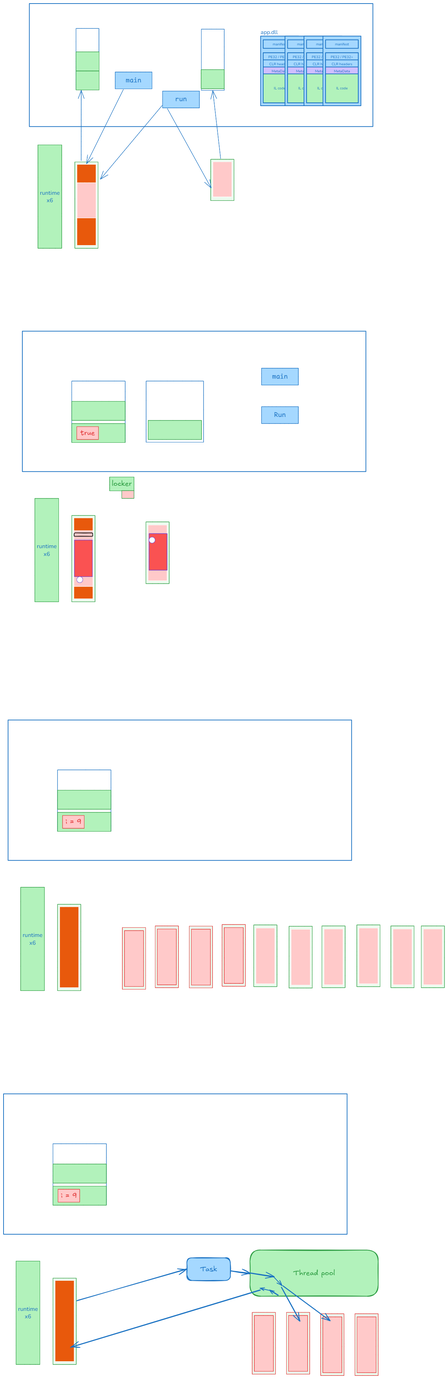
This is img/thread.excalidraw.png from silvercodes/p32_p34_sp, a Excalidraw export, as it was before one commit. Source tidied: one line per element, renumbered; positions are measured from the earlier drawing's top-left corner, leaving out a move shared by most shapes.
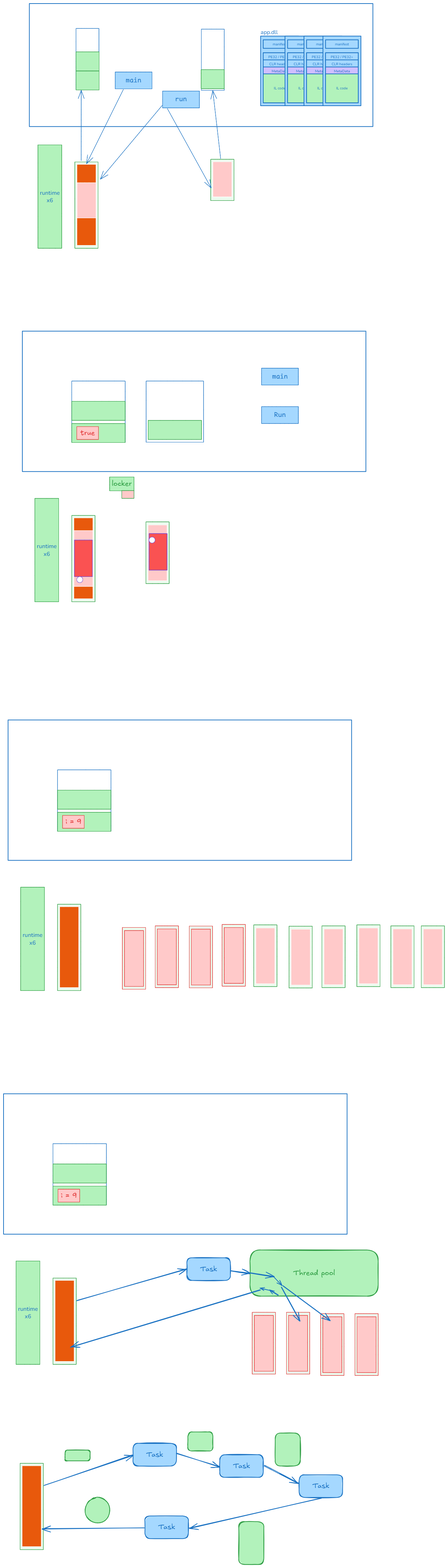
After the change.

Change to the diagram source:
```diff
@@ -156,3 +156,23 @@
 {"id": 155, "type": "arrow", "strokeColor": "#1971c2", "backgroundColor": "#a5d8ff", "fillStyle": "solid", "strokeWidth": 2, "roughness": 1, "endArrowhead": "arrow", "round": true, "from": 145, "x": 774, "y": 3641, "width": 23, "height": 14, "points": [[0, 0], [-23, -14]]}
 {"id": 156, "type": "arrow", "strokeColor": "#1971c2", "backgroundColor": "#a5d8ff", "fillStyle": "solid", "strokeWidth": 2, "roughness": 1, "endArrowhead": "arrow", "round": true, "from": 145, "x": 748, "y": 3627, "width": 24, "height": 5, "points": [[0, 0], [-24, -5]]}
 {"id": 157, "type": "arrow", "strokeColor": "#1971c2", "backgroundColor": "#a5d8ff", "fillStyle": "solid", "strokeWidth": 2, "roughness": 1, "endArrowhead": "arrow", "round": true, "from": 145, "to": 131, "x": 724, "y": 3626, "width": 535, "height": 162, "points": [[0, 0], [-535, 162]]}
+{"id": 158, "type": "rectangle", "strokeColor": "#2f9e44", "backgroundColor": "#ebfbee", "fillStyle": "solid", "strokeWidth": 1, "roughness": 0, "x": 47, "y": 4115, "width": 66, "height": 243}
+{"id": 159, "type": "rectangle", "strokeColor": "#ffffff", "backgroundColor": "#e8590c", "fillStyle": "solid", "strokeWidth": 1, "roughness": 0, "x": 52, "y": 4122, "width": 54, "height": 228}
+{"id": 160, "type": "rectangle", "strokeColor": "#1971c2", "backgroundColor": "#a5d8ff", "fillStyle": "solid", "strokeWidth": 2, "roughness": 1, "round": true, "x": 365, "y": 4059, "width": 123, "height": 64}
+{"id": 161, "type": "text", "text": "Task", "strokeColor": "#1971c2", "backgroundColor": "#a5d8ff", "fillStyle": "solid", "strokeWidth": 2, "roughness": 1, "fontSize": 20, "fontFamily": 5, "textAlign": "center", "verticalAlign": "middle", "inside": 160, "x": 402, "y": 4078, "width": 48, "height": 25}
+{"id": 162, "type": "arrow", "strokeColor": "#1971c2", "backgroundColor": "#a5d8ff", "fillStyle": "solid", "strokeWidth": 2, "roughness": 1, "endArrowhead": "arrow", "round": true, "from": 159, "to": 160, "x": 115, "y": 4177, "width": 249, "height": 86, "points": [[0, 0], [249, -86]]}
+{"id": 163, "type": "rectangle", "strokeColor": "#1971c2", "backgroundColor": "#a5d8ff", "fillStyle": "solid", "strokeWidth": 2, "roughness": 1, "round": true, "x": 610, "y": 4091, "width": 123, "height": 64}
+{"id": 164, "type": "text", "text": "Task", "strokeColor": "#1971c2", "backgroundColor": "#a5d8ff", "fillStyle": "solid", "strokeWidth": 2, "roughness": 1, "fontSize": 20, "fontFamily": 5, "textAlign": "center", "verticalAlign": "middle", "inside": 163, "x": 647, "y": 4110, "width": 48, "height": 25}
+{"id": 165, "type": "rectangle", "strokeColor": "#1971c2", "backgroundColor": "#a5d8ff", "fillStyle": "solid", "strokeWidth": 2, "roughness": 1, "round": true, "x": 833, "y": 4147, "width": 123, "height": 64}
+{"id": 166, "type": "text", "text": "Task", "strokeColor": "#1971c2", "backgroundColor": "#a5d8ff", "fillStyle": "solid", "strokeWidth": 2, "roughness": 1, "fontSize": 20, "fontFamily": 5, "textAlign": "center", "verticalAlign": "middle", "inside": 165, "x": 870, "y": 4167, "width": 48, "height": 25}
+{"id": 167, "type": "rectangle", "strokeColor": "#1971c2", "backgroundColor": "#a5d8ff", "fillStyle": "solid", "strokeWidth": 2, "roughness": 1, "round": true, "x": 398, "y": 4263, "width": 123, "height": 64}
+{"id": 168, "type": "text", "text": "Task", "strokeColor": "#1971c2", "backgroundColor": "#a5d8ff", "fillStyle": "solid", "strokeWidth": 2, "roughness": 1, "fontSize": 20, "fontFamily": 5, "textAlign": "center", "verticalAlign": "middle", "inside": 167, "x": 436, "y": 4283, "width": 48, "height": 25}
+{"id": 169, "type": "arrow", "strokeColor": "#1971c2", "strokeWidth": 2, "roughness": 1, "endArrowhead": "arrow", "round": true, "from": 160, "to": 163, "x": 488, "y": 4087, "width": 120, "height": 37, "points": [[0, 0], [120, 37]]}
+{"id": 170, "type": "arrow", "strokeColor": "#1971c2", "strokeWidth": 2, "roughness": 1, "endArrowhead": "arrow", "round": true, "from": 163, "to": 165, "x": 735, "y": 4121, "width": 98, "height": 50, "points": [[0, 0], [98, 50]]}
+{"id": 171, "type": "arrow", "strokeColor": "#1971c2", "strokeWidth": 2, "roughness": 1, "endArrowhead": "arrow", "round": true, "from": 165, "to": 167, "x": 895, "y": 4212, "width": 371, "height": 86, "points": [[0, 0], [-371, 86]]}
+{"id": 172, "type": "arrow", "strokeColor": "#1971c2", "strokeWidth": 2, "roughness": 1, "endArrowhead": "arrow", "round": true, "from": 167, "to": 159, "x": 396, "y": 4296, "width": 286, "height": 3, "points": [[0, 0], [-286, 3]]}
+{"id": 173, "type": "rectangle", "strokeColor": "#2f9e44", "backgroundColor": "#b2f2bb", "fillStyle": "solid", "strokeWidth": 2, "roughness": 1, "round": true, "x": 173, "y": 4078, "width": 71, "height": 30}
+{"id": 174, "type": "rectangle", "strokeColor": "#2f9e44", "backgroundColor": "#b2f2bb", "fillStyle": "solid", "strokeWidth": 2, "roughness": 1, "round": true, "x": 519, "y": 4026, "width": 71, "height": 54}
+{"id": 175, "type": "rectangle", "strokeColor": "#2f9e44", "backgroundColor": "#b2f2bb", "fillStyle": "solid", "strokeWidth": 2, "roughness": 1, "round": true, "x": 766, "y": 4030, "width": 71, "height": 93}
+{"id": 176, "type": "rectangle", "strokeColor": "#2f9e44", "backgroundColor": "#b2f2bb", "fillStyle": "solid", "strokeWidth": 2, "roughness": 1, "round": true, "x": 663, "y": 4279, "width": 71, "height": 121}
+{"id": 177, "type": "ellipse", "strokeColor": "#2f9e44", "backgroundColor": "#b2f2bb", "fillStyle": "solid", "strokeWidth": 2, "roughness": 1, "round": true, "x": 230, "y": 4211, "width": 70, "height": 72}
```
